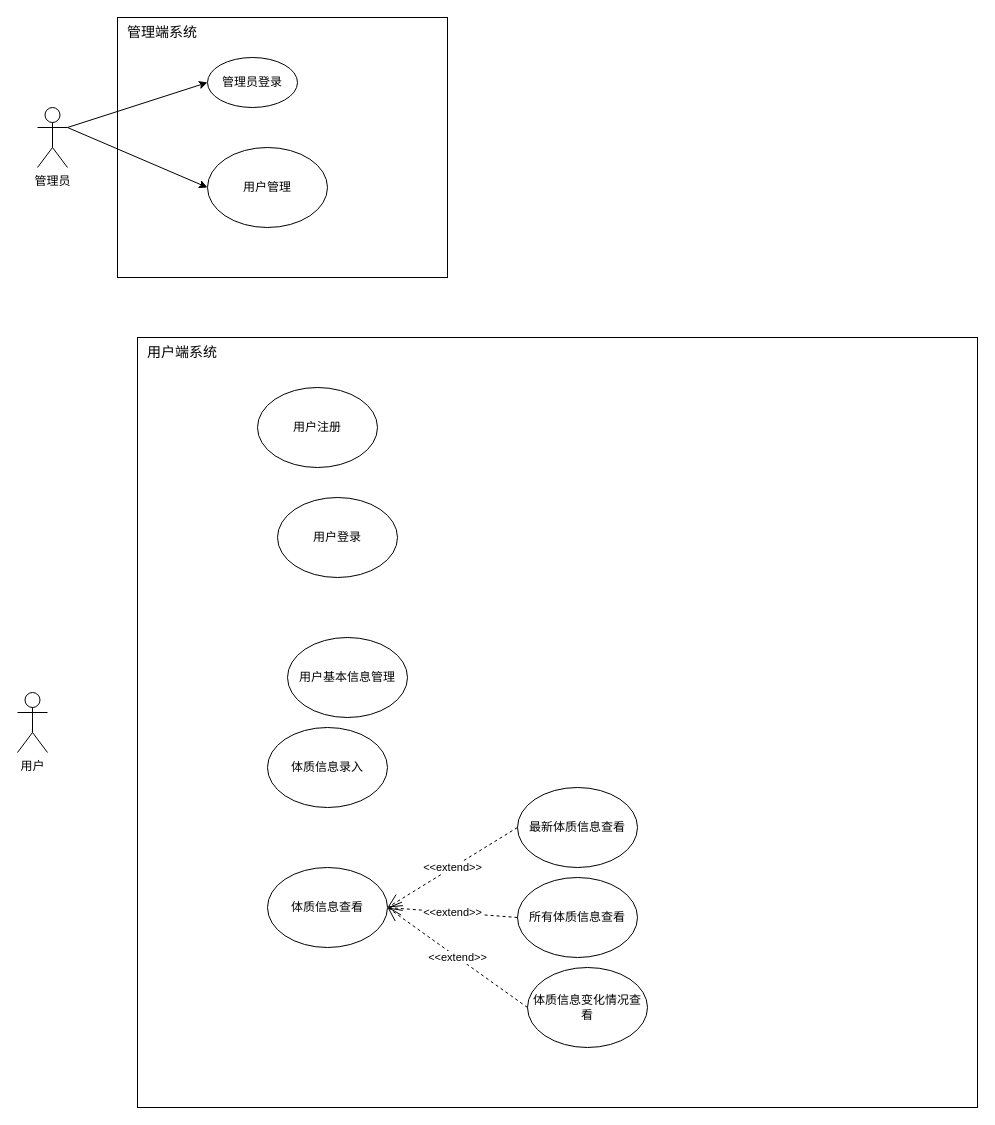
This is 用例图.drawio from Alkaidar/draw, a draw.io file, before an edit. Source tidied: cells renumbered, new cells numbered last; positions are measured from the earlier drawing's top-left corner, leaving out a move shared by most shapes. Both pictures are drawn from the tidied source at 100%, with x=0, y=0 at pixel (17, 17).
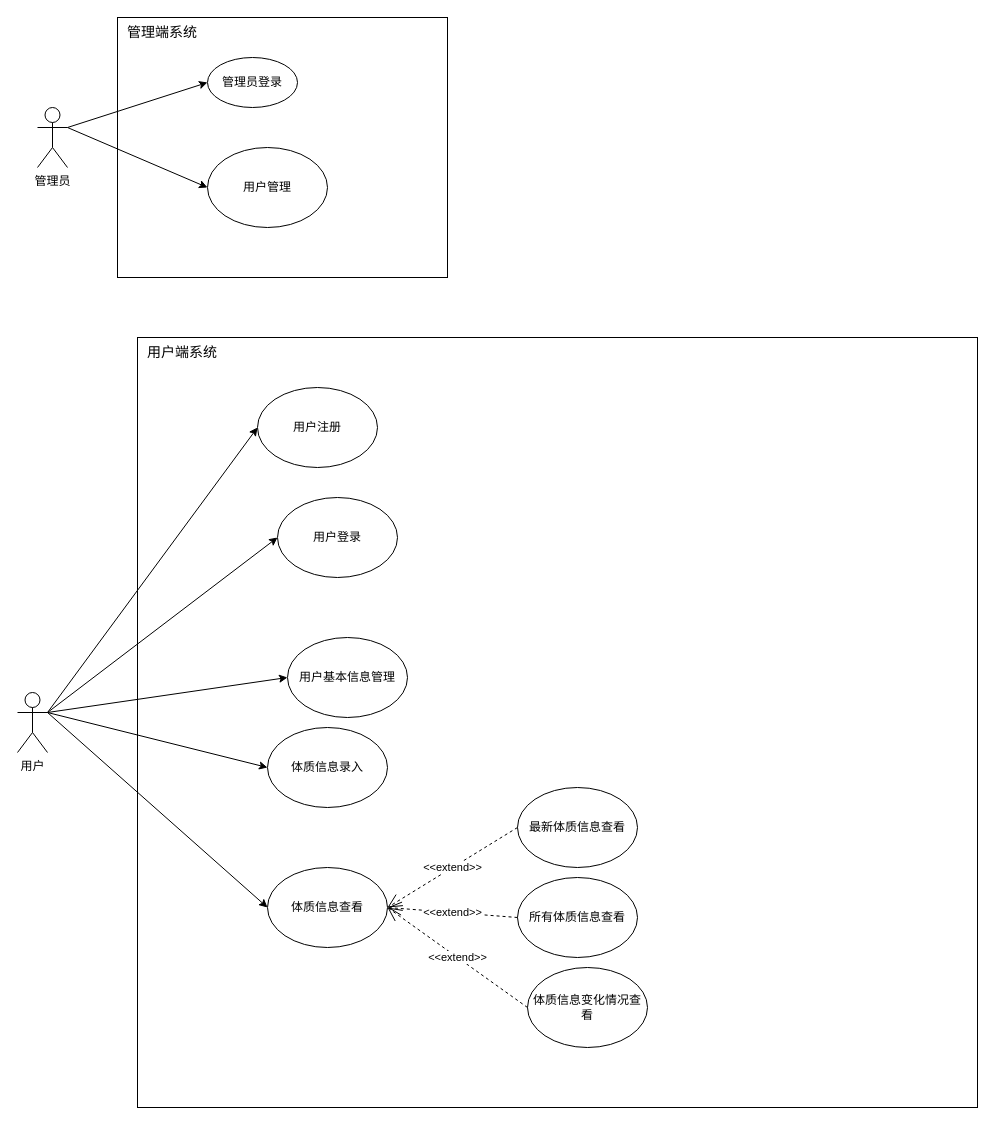
After the change.

The change refers to these unchanged cells:
```xml
<mxCell id="11" value="用户注册" style="ellipse;whiteSpace=wrap;html=1;" parent="1" vertex="1">
  <mxGeometry x="240" y="370" width="120" height="80" as="geometry" />
</mxCell>
<mxCell id="12" value="用户登录" style="ellipse;whiteSpace=wrap;html=1;" parent="1" vertex="1">
  <mxGeometry x="260" y="480" width="120" height="80" as="geometry" />
</mxCell>
<mxCell id="14" value="体质信息录入" style="ellipse;whiteSpace=wrap;html=1;" parent="1" vertex="1">
  <mxGeometry x="250" y="710" width="120" height="80" as="geometry" />
</mxCell>
<mxCell id="15" value="体质信息查看" style="ellipse;whiteSpace=wrap;html=1;" parent="1" vertex="1">
  <mxGeometry x="250" y="850" width="120" height="80" as="geometry" />
</mxCell>
<mxCell id="19" value="用户" style="shape=umlActor;verticalLabelPosition=bottom;verticalAlign=top;html=1;outlineConnect=0;" parent="1" vertex="1">
  <mxGeometry y="675" width="30" height="60" as="geometry" />
</mxCell>
```

What changed in the source:
```diff
@@
+    <mxCell id="23" style="endArrow=classic;html=1;rounded=0;exitX=1;exitY=0.3333333333333333;exitDx=0;exitDy=0;exitPerimeter=0;entryX=0;entryY=0.5;entryDx=0;entryDy=0;" parent="1" edge="1" source="19" target="11">
+      <mxGeometry relative="1" as="geometry" />
+    </mxCell>
+    <mxCell id="24" style="endArrow=classic;html=1;rounded=0;entryX=0;entryY=0.5;entryDx=0;entryDy=0;exitX=1;exitY=0.3333333333333333;exitDx=0;exitDy=0;exitPerimeter=0;" parent="1" edge="1" source="19" target="12">
+      <mxGeometry relative="1" as="geometry" />
+    </mxCell>
+    <mxCell id="25" style="endArrow=classic;html=1;rounded=0;entryX=0;entryY=0.5;entryDx=0;entryDy=0;exitX=1;exitY=0.3333333333333333;exitDx=0;exitDy=0;exitPerimeter=0;" parent="1" edge="1" source="19" target="14">
+      <mxGeometry relative="1" as="geometry" />
+    </mxCell>
+    <mxCell id="26" style="endArrow=classic;html=1;rounded=0;exitX=1;exitY=0.3333333333333333;exitDx=0;exitDy=0;exitPerimeter=0;" parent="1" edge="1" source="19">
+      <mxGeometry relative="1" as="geometry">
+        <mxPoint x="270" y="660" as="targetPoint" />
+      </mxGeometry>
+    </mxCell>
+    <mxCell id="27" style="endArrow=classic;html=1;rounded=0;entryX=0;entryY=0.5;entryDx=0;entryDy=0;exitX=1;exitY=0.3333333333333333;exitDx=0;exitDy=0;exitPerimeter=0;" parent="1" edge="1" source="19" target="15">
+      <mxGeometry relative="1" as="geometry" />
+    </mxCell>
```
